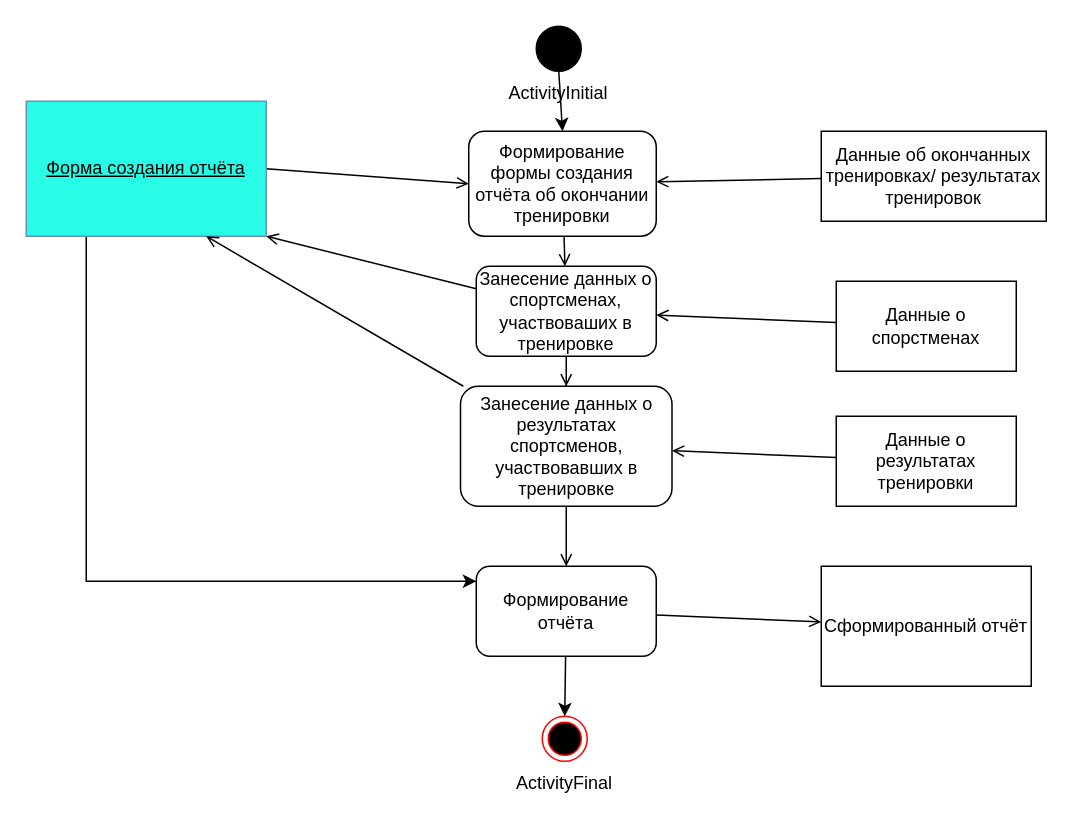
Before: Решения/Часть 2. Схемы/Диаграмма декомпозиции сценария Формирование отчёта об окончании тренировки.drawio in VentoAureo12/Projecting-n-Design, a draw.io diagram. Source tidied: cells renumbered, new cells numbered last; positions are measured from the earlier drawing's top-left corner, leaving out a move shared by most shapes. Both pictures are drawn from the tidied source at 150%, with x=0, y=0 at pixel (26, 26).
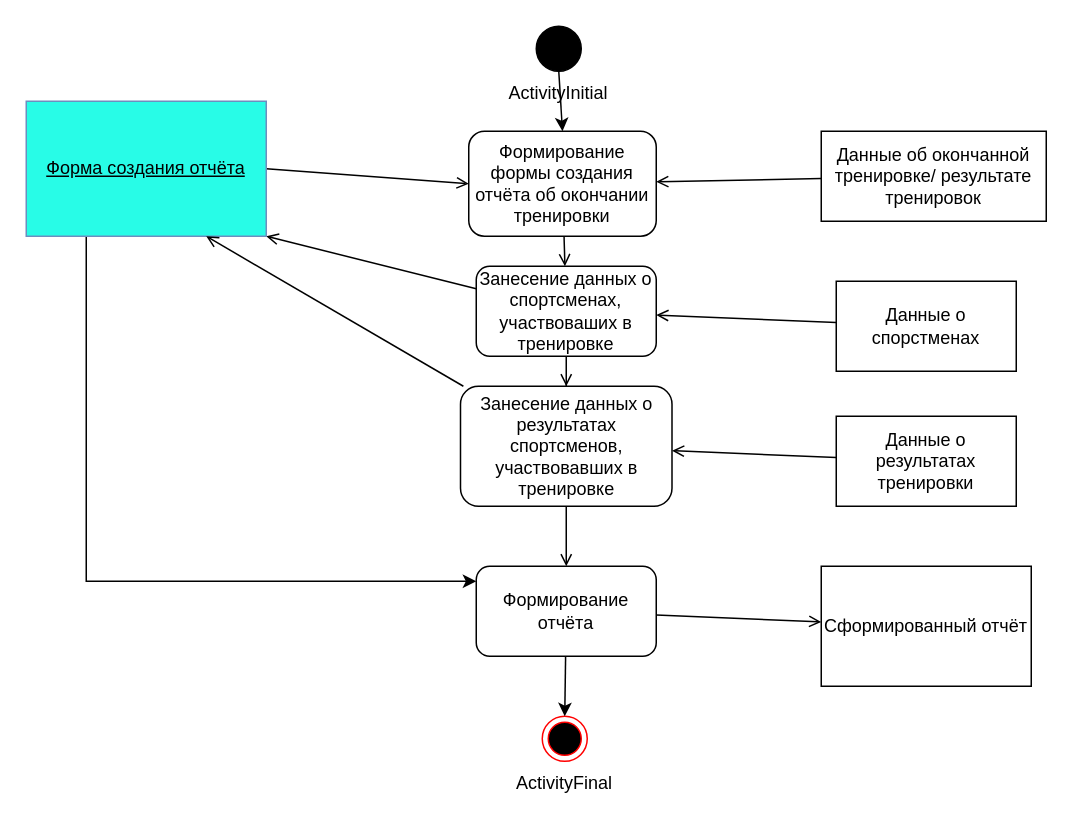
The same diagram, later.

Commit message (it also covers changes not shown here):
Схема взаимодействия форм

What changed in the source:
```diff
@@
-    <mxCell id="13" value="Данные об окончанных тренировках/ результатах тренировок" style="rounded=0;whiteSpace=wrap;html=1;" parent="1" vertex="1">
+    <mxCell id="13" value="Данные об окончанной тренировке/ результате тренировок" style="rounded=0;whiteSpace=wrap;html=1;" parent="1" vertex="1">
       <mxGeometry x="530" y="70" width="150" height="60" as="geometry" />
     </mxCell>
```
